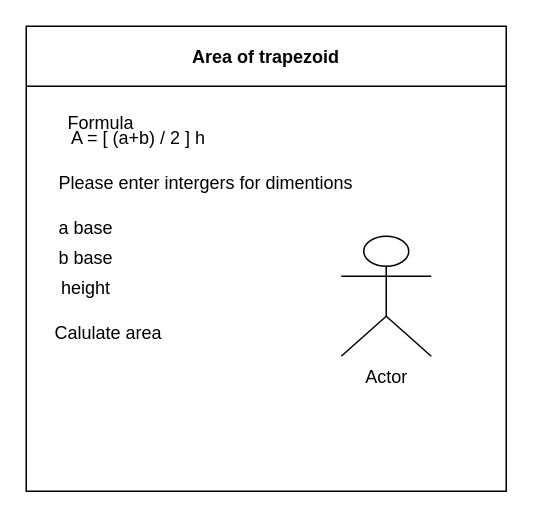
darcy-murphy/ICS2O-Unit-3-01-JS keeps this draw.io diagram as design/storyboard.drawio. Above is the earlier version. Source tidied: cells renumbered, new cells numbered last; positions are measured from the earlier drawing's top-left corner, leaving out a move shared by most shapes. Both pictures are drawn from the tidied source at 150%, with x=0, y=0 at pixel (26, 26).
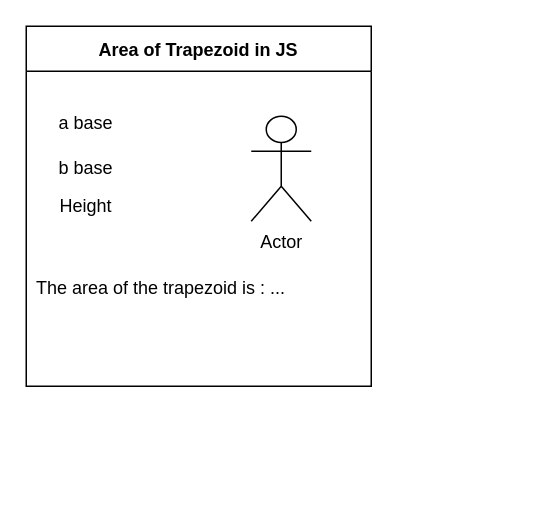
After the change.

The edit, as a diff of the source:
```diff
@@
 <mxGraphModel>
   <root>
     <mxCell id="0" />
     <mxCell id="1" parent="0" />
-    <mxCell id="2" value="Area of trapezoid" style="swimlane;startSize=40;" parent="1" vertex="1">
-      <mxGeometry width="320" height="310" as="geometry" />
+    <mxCell id="2" value="Area of Trapezoid in JS" style="swimlane;startSize=30;" parent="1" vertex="1">
+      <mxGeometry width="230" height="240" as="geometry" />
     </mxCell>
+    <mxCell id="11" value="a base" style="text;html=1;strokeColor=none;fillColor=none;align=center;verticalAlign=middle;whiteSpace=wrap;rounded=0;" parent="2" vertex="1">
+      <mxGeometry x="10" y="50" width="60" height="30" as="geometry" />
+    </mxCell>
-    <mxCell id="3" value="Formula" style="text;html=1;strokeColor=none;fillColor=none;align=center;verticalAlign=middle;whiteSpace=wrap;rounded=0;" parent="2" vertex="1">
-      <mxGeometry x="20" y="50" width="60" height="30" as="geometry" />
+    <mxCell id="3" value="b base" style="text;html=1;strokeColor=none;fillColor=none;align=center;verticalAlign=middle;whiteSpace=wrap;rounded=0;" parent="2" vertex="1">
+      <mxGeometry x="10" y="80" width="60" height="30" as="geometry" />
     </mxCell>
-    <mxCell id="4" value="A = [ (a+b) / 2 ] h" style="text;html=1;strokeColor=none;fillColor=none;align=center;verticalAlign=middle;whiteSpace=wrap;rounded=0;" parent="2" vertex="1">
-      <mxGeometry x="20" y="60" width="110" height="30" as="geometry" />
+    <mxCell id="4" value="Height" style="text;html=1;strokeColor=none;fillColor=none;align=center;verticalAlign=middle;whiteSpace=wrap;rounded=0;" parent="2" vertex="1">
+      <mxGeometry x="10" y="105" width="60" height="30" as="geometry" />
     </mxCell>
-    <mxCell id="5" value="Please enter intergers for dimentions" style="text;html=1;strokeColor=none;fillColor=none;align=center;verticalAlign=middle;whiteSpace=wrap;rounded=0;" parent="2" vertex="1">
-      <mxGeometry x="10" y="90" width="220" height="30" as="geometry" />
+    <mxCell id="5" value="Actor" style="shape=umlActor;verticalLabelPosition=bottom;verticalAlign=top;html=1;" parent="2" vertex="1">
+      <mxGeometry x="150" y="60" width="40" height="70" as="geometry" />
     </mxCell>
-    <mxCell id="6" value="a base" style="text;html=1;strokeColor=none;fillColor=none;align=center;verticalAlign=middle;whiteSpace=wrap;rounded=0;" parent="2" vertex="1">
-      <mxGeometry x="10" y="120" width="60" height="30" as="geometry" />
+    <mxCell id="6" value="The area of the trapezoid is : ..." style="text;html=1;strokeColor=none;fillColor=none;align=center;verticalAlign=middle;whiteSpace=wrap;rounded=0;" parent="2" vertex="1">
+      <mxGeometry y="160" width="180" height="30" as="geometry" />
     </mxCell>
-    <mxCell id="7" value="b base" style="text;html=1;strokeColor=none;fillColor=none;align=center;verticalAlign=middle;whiteSpace=wrap;rounded=0;" parent="2" vertex="1">
-      <mxGeometry x="10" y="140" width="60" height="30" as="geometry" />
-    </mxCell>
-    <mxCell id="8" value="height" style="text;html=1;strokeColor=none;fillColor=none;align=center;verticalAlign=middle;whiteSpace=wrap;rounded=0;" parent="2" vertex="1">
-      <mxGeometry x="10" y="160" width="60" height="30" as="geometry" />
-    </mxCell>
-    <mxCell id="9" value="Calulate area" style="text;html=1;strokeColor=none;fillColor=none;align=center;verticalAlign=middle;whiteSpace=wrap;rounded=0;" parent="2" vertex="1">
-      <mxGeometry x="10" y="190" width="90" height="30" as="geometry" />
-    </mxCell>
-    <mxCell id="10" value="Actor" style="shape=umlActor;verticalLabelPosition=bottom;verticalAlign=top;html=1;" parent="1" vertex="1">
-      <mxGeometry x="210" y="140" width="60" height="80" as="geometry" />
-    </mxCell>
   </root>
 </mxGraphModel>
```
